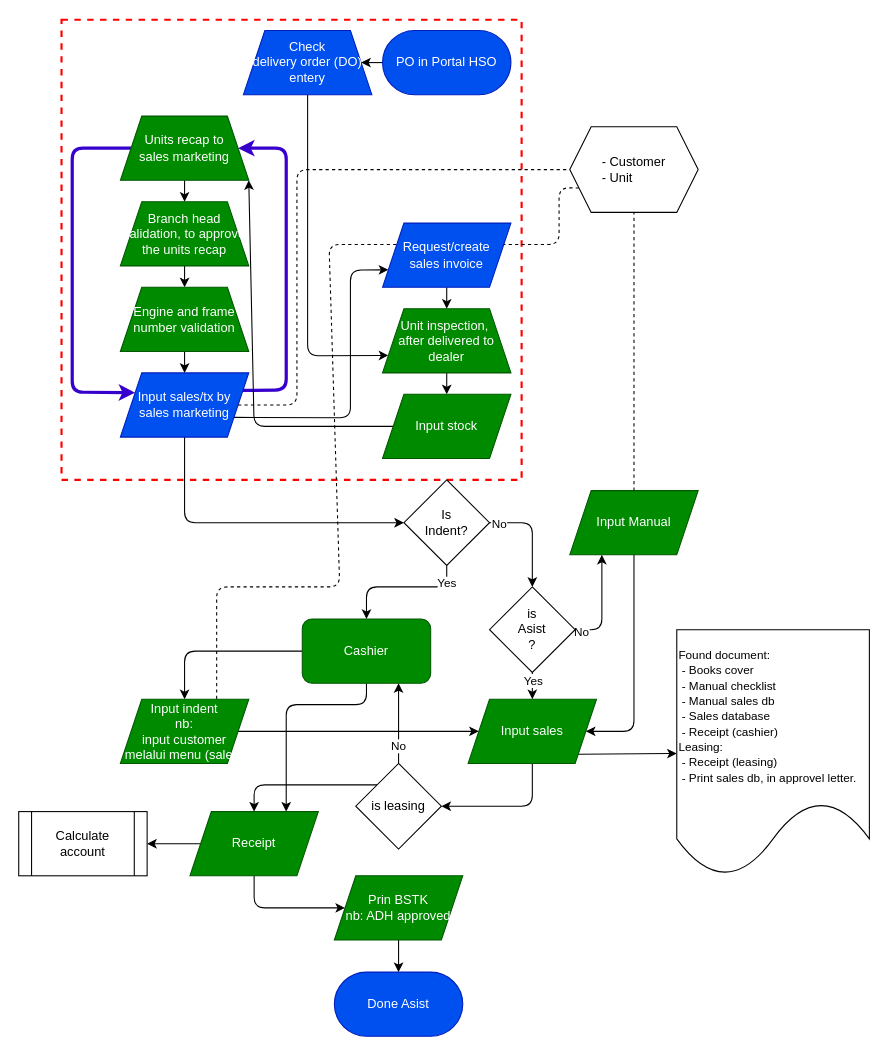
Above: page "BSTK" (1 of 3) of flowDiagram.drawio in hondaprimadev/Honda-Prima (draw.io), before the change. Source tidied: cells renumbered, new cells numbered last; positions are measured from the earlier drawing's top-left corner, leaving out a move shared by most shapes. Both pictures are drawn from the tidied source at 107%, with x=0, y=0 at pixel (18, 19).
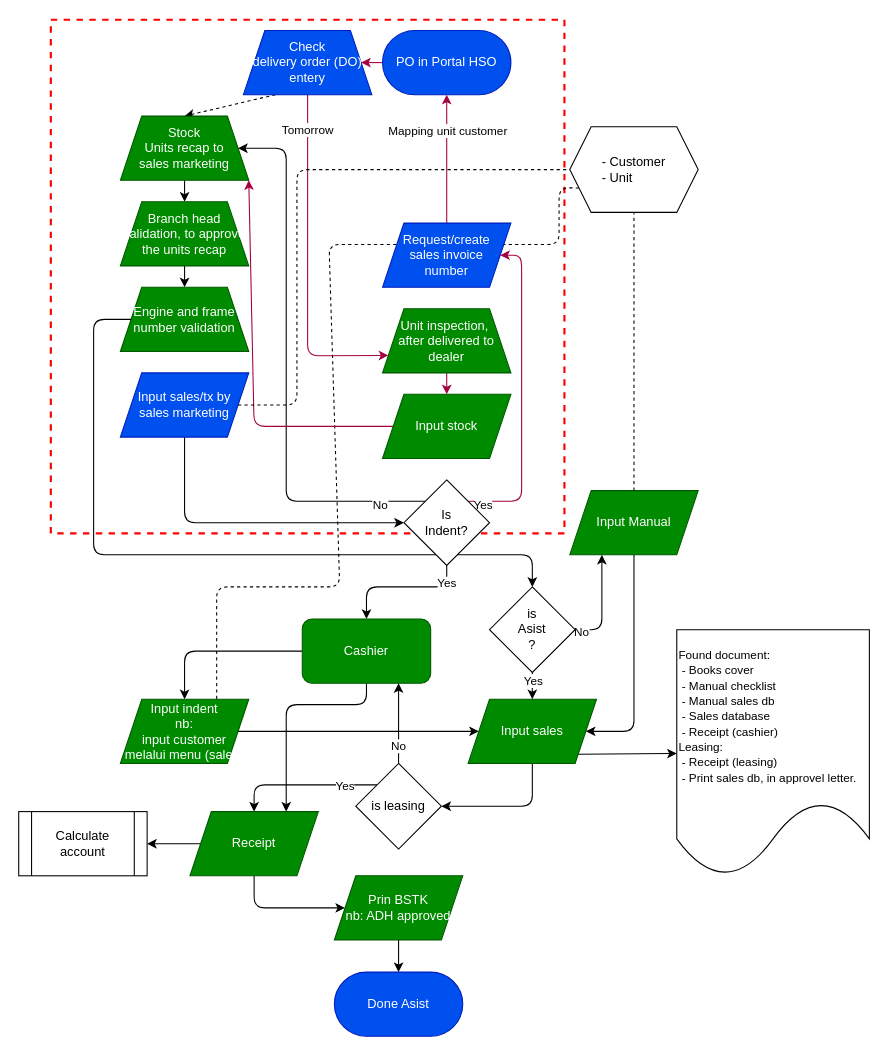
After the change.

The change refers to these unchanged cells:
```xml
<mxCell id="5" value="PO in Portal HSO" style="rounded=1;whiteSpace=wrap;html=1;arcSize=50;fillColor=#0050ef;fontColor=#ffffff;strokeColor=#001DBC;" parent="1" vertex="1">
  <mxGeometry x="340" y="10" width="120" height="60" as="geometry" />
</mxCell>
<mxCell id="7" value="&lt;span&gt;Check&lt;br&gt;delivery order (DO)&lt;br&gt;entery&lt;/span&gt;" style="shape=trapezoid;perimeter=trapezoidPerimeter;whiteSpace=wrap;html=1;fixedSize=1;fillColor=#0050ef;fontColor=#ffffff;strokeColor=#001DBC;" parent="1" vertex="1">
  <mxGeometry x="210" y="10" width="120" height="60" as="geometry" />
</mxCell>
<mxCell id="14" value="Engine and frame number validation" style="shape=trapezoid;perimeter=trapezoidPerimeter;whiteSpace=wrap;html=1;fixedSize=1;fillColor=#008a00;fontColor=#ffffff;strokeColor=#005700;" parent="1" vertex="1">
  <mxGeometry x="95" y="250" width="120" height="60" as="geometry" />
</mxCell>
<mxCell id="18" value="Input sales/tx by sales marketing" style="shape=parallelogram;perimeter=parallelogramPerimeter;whiteSpace=wrap;html=1;fixedSize=1;fillColor=#0050ef;fontColor=#ffffff;strokeColor=#001DBC;" parent="1" vertex="1">
  <mxGeometry x="95" y="330" width="120" height="60" as="geometry" />
</mxCell>
<mxCell id="22" value="Unit inspection,&amp;nbsp;&lt;br&gt;after delivered to dealer" style="shape=trapezoid;perimeter=trapezoidPerimeter;whiteSpace=wrap;html=1;fixedSize=1;fillColor=#008a00;strokeColor=#005700;fontColor=#ffffff;" parent="1" vertex="1">
  <mxGeometry x="340" y="270" width="120" height="60" as="geometry" />
</mxCell>
<mxCell id="24" value="Input stock" style="shape=parallelogram;perimeter=parallelogramPerimeter;whiteSpace=wrap;html=1;fixedSize=1;fillColor=#008a00;strokeColor=#005700;fontColor=#ffffff;" parent="1" vertex="1">
  <mxGeometry x="340" y="350" width="120" height="60" as="geometry" />
</mxCell>
<mxCell id="29" value="Is&lt;br&gt;Indent?" style="rhombus;whiteSpace=wrap;html=1;" parent="1" vertex="1">
  <mxGeometry x="360" y="430" width="80" height="80" as="geometry" />
</mxCell>
<mxCell id="46" value="is&lt;br&gt;Asist&lt;br&gt;?" style="rhombus;whiteSpace=wrap;html=1;" parent="1" vertex="1">
  <mxGeometry x="440" y="530" width="80" height="80" as="geometry" />
</mxCell>
<mxCell id="52" style="edgeStyle=none;html=1;exitX=0;exitY=0;exitDx=0;exitDy=0;entryX=0.5;entryY=0;entryDx=0;entryDy=0;" parent="1" edge="1" source="53" target="58">
  <mxGeometry relative="1" as="geometry">
    <Array as="points">
      <mxPoint x="220" y="715" />
    </Array>
  </mxGeometry>
</mxCell>
```

What changed in the source:
```diff
@@
     <mxCell id="2" style="whiteSpace=wrap;html=1;fillColor=none;dashed=1;strokeColor=#FF0000;strokeWidth=2;" parent="1" vertex="1">
-      <mxGeometry x="40" width="430" height="430" as="geometry" />
+      <mxGeometry x="30" width="480" height="480" as="geometry" />
     </mxCell>
@@
-    <mxCell id="4" style="edgeStyle=none;html=1;" parent="1" edge="1" source="5" target="7">
+    <mxCell id="4" style="edgeStyle=none;html=1;fillColor=#d80073;strokeColor=#A50040;" parent="1" edge="1" source="5" target="7">
       <mxGeometry relative="1" as="geometry" />
     </mxCell>
@@
-    <mxCell id="6" style="edgeStyle=none;html=1;entryX=0;entryY=0.75;entryDx=0;entryDy=0;" parent="1" edge="1" source="7" target="22">
+    <mxCell id="6" style="edgeStyle=none;html=1;entryX=0;entryY=0.75;entryDx=0;entryDy=0;fillColor=#d80073;strokeColor=#A50040;" parent="1" edge="1" source="7" target="22">
       <mxGeometry relative="1" as="geometry">
         <Array as="points">
           <mxPoint x="270" y="314" />
         </Array>
       </mxGeometry>
     </mxCell>
+    <mxCell id="60" value="Tomorrow" style="edgeLabel;html=1;align=center;verticalAlign=middle;" parent="6" vertex="1">
+      <mxGeometry x="-0.8" y="-1" relative="1" as="geometry" />
+    </mxCell>
+    <mxCell id="61" style="edgeStyle=none;html=1;exitX=0.25;exitY=1;exitDx=0;exitDy=0;entryX=0.5;entryY=0;entryDx=0;entryDy=0;strokeWidth=1;dashed=1;" parent="1" edge="1" source="7" target="10">
+      <mxGeometry relative="1" as="geometry" />
+    </mxCell>
@@
-    <mxCell id="9" style="edgeStyle=none;html=1;exitX=0;exitY=0.5;exitDx=0;exitDy=0;entryX=0;entryY=0.25;entryDx=0;entryDy=0;fontSize=11;fillColor=#6a00ff;strokeColor=#3700CC;strokeWidth=3;" parent="1" edge="1" source="10" target="18">
-      <mxGeometry relative="1" as="geometry">
-        <Array as="points">
-          <mxPoint x="50" y="120" />
-          <mxPoint x="50" y="348" />
-        </Array>
-      </mxGeometry>
-    </mxCell>
-    <mxCell id="10" value="Units recap to&lt;br&gt;sales marketing" style="shape=trapezoid;perimeter=trapezoidPerimeter;whiteSpace=wrap;html=1;fixedSize=1;fillColor=#008a00;fontColor=#ffffff;strokeColor=#005700;" parent="1" vertex="1">
+    <mxCell id="10" value="Stock&lt;br&gt;Units recap to&lt;br&gt;sales marketing" style="shape=trapezoid;perimeter=trapezoidPerimeter;whiteSpace=wrap;html=1;fixedSize=1;fillColor=#008a00;fontColor=#ffffff;strokeColor=#005700;" parent="1" vertex="1">
       <mxGeometry x="95" y="90" width="120" height="60" as="geometry" />
     </mxCell>
@@
-    <mxCell id="13" style="edgeStyle=none;html=1;" parent="1" edge="1" source="14" target="18">
-      <mxGeometry relative="1" as="geometry" />
-    </mxCell>
@@
-    <mxCell id="15" style="edgeStyle=none;html=1;exitX=1;exitY=0.25;exitDx=0;exitDy=0;entryX=1;entryY=0.5;entryDx=0;entryDy=0;fontSize=11;fillColor=#6a00ff;strokeColor=#3700CC;strokeWidth=3;" parent="1" edge="1" source="18" target="10">
+    <mxCell id="15" style="edgeStyle=none;html=1;exitX=0;exitY=0;exitDx=0;exitDy=0;entryX=1;entryY=0.5;entryDx=0;entryDy=0;fontSize=11;strokeWidth=1;" parent="1" edge="1" source="29" target="10">
       <mxGeometry relative="1" as="geometry">
         <Array as="points">
-          <mxPoint x="250" y="346" />
+          <mxPoint x="250" y="450" />
           <mxPoint x="250" y="120" />
         </Array>
       </mxGeometry>
     </mxCell>
+    <mxCell id="26" value="No" style="edgeLabel;html=1;align=center;verticalAlign=middle;" parent="15" vertex="1">
+      <mxGeometry x="-0.83" y="3" relative="1" as="geometry" />
+    </mxCell>
@@
-    <mxCell id="17" style="edgeStyle=none;html=1;exitX=1;exitY=0.75;exitDx=0;exitDy=0;entryX=0;entryY=0.75;entryDx=0;entryDy=0;" parent="1" edge="1" source="18" target="20">
-      <mxGeometry relative="1" as="geometry">
-        <Array as="points">
-          <mxPoint x="310" y="372" />
-          <mxPoint x="310" y="234" />
-        </Array>
-      </mxGeometry>
-    </mxCell>
@@
-    <mxCell id="19" style="edgeStyle=none;html=1;" parent="1" edge="1" source="20" target="22">
-      <mxGeometry relative="1" as="geometry" />
-    </mxCell>
+    <mxCell id="62" style="edgeStyle=none;html=1;exitX=0.5;exitY=0;exitDx=0;exitDy=0;entryX=0.5;entryY=1;entryDx=0;entryDy=0;strokeWidth=1;fillColor=#d80073;strokeColor=#A50040;" parent="1" edge="1" source="20" target="5">
+      <mxGeometry relative="1" as="geometry" />
+    </mxCell>
+    <mxCell id="63" value="Mapping unit customer" style="edgeLabel;html=1;align=center;verticalAlign=middle;" parent="62" vertex="1">
+      <mxGeometry x="0.45" relative="1" as="geometry" />
+    </mxCell>
-    <mxCell id="20" value="Request/create&lt;br&gt;sales invoice" style="shape=parallelogram;perimeter=parallelogramPerimeter;whiteSpace=wrap;html=1;fixedSize=1;fillColor=#0050ef;fontColor=#ffffff;strokeColor=#001DBC;" parent="1" vertex="1">
+    <mxCell id="20" value="Request/create&lt;br&gt;sales invoice&lt;br&gt;number" style="shape=parallelogram;perimeter=parallelogramPerimeter;whiteSpace=wrap;html=1;fixedSize=1;fillColor=#0050ef;fontColor=#ffffff;strokeColor=#001DBC;" parent="1" vertex="1">
       <mxGeometry x="340" y="190" width="120" height="60" as="geometry" />
     </mxCell>
-    <mxCell id="21" style="edgeStyle=none;html=1;" parent="1" edge="1" source="22" target="24">
+    <mxCell id="21" style="edgeStyle=none;html=1;fillColor=#d80073;strokeColor=#A50040;" parent="1" edge="1" source="22" target="24">
       <mxGeometry relative="1" as="geometry" />
     </mxCell>
@@
-    <mxCell id="23" style="edgeStyle=none;html=1;exitX=0;exitY=0.5;exitDx=0;exitDy=0;entryX=1;entryY=1;entryDx=0;entryDy=0;" parent="1" edge="1" source="24" target="10">
+    <mxCell id="23" style="edgeStyle=none;html=1;exitX=0;exitY=0.5;exitDx=0;exitDy=0;entryX=1;entryY=1;entryDx=0;entryDy=0;strokeWidth=1;fillColor=#d80073;strokeColor=#A50040;" parent="1" edge="1" source="24" target="10">
       <mxGeometry relative="1" as="geometry">
         <Array as="points">
           <mxPoint x="220" y="380" />
         </Array>
       </mxGeometry>
     </mxCell>
@@
-    <mxCell id="25" style="edgeStyle=none;html=1;exitX=1;exitY=0.5;exitDx=0;exitDy=0;fontStyle=1;entryX=0.5;entryY=0;entryDx=0;entryDy=0;" parent="1" edge="1" source="29" target="46">
+    <mxCell id="25" style="edgeStyle=none;html=1;exitX=0;exitY=0.5;exitDx=0;exitDy=0;fontStyle=1;entryX=0.5;entryY=0;entryDx=0;entryDy=0;" parent="1" edge="1" source="14" target="46">
       <mxGeometry relative="1" as="geometry">
         <Array as="points">
-          <mxPoint x="480" y="470" />
+          <mxPoint x="70" y="280" />
+          <mxPoint x="70" y="500" />
+          <mxPoint x="480" y="500" />
         </Array>
       </mxGeometry>
     </mxCell>
-    <mxCell id="26" value="No" style="edgeLabel;html=1;align=center;verticalAlign=middle;" parent="25" vertex="1">
-      <mxGeometry x="-0.85" relative="1" as="geometry" />
-    </mxCell>
@@
+    <mxCell id="64" style="edgeStyle=none;html=1;exitX=1;exitY=0;exitDx=0;exitDy=0;entryX=1;entryY=0.5;entryDx=0;entryDy=0;strokeWidth=1;fillColor=#d80073;strokeColor=#A50040;" parent="1" edge="1" source="29" target="20">
+      <mxGeometry relative="1" as="geometry">
+        <Array as="points">
+          <mxPoint x="470" y="450" />
+          <mxPoint x="470" y="220" />
+        </Array>
+      </mxGeometry>
+    </mxCell>
+    <mxCell id="65" value="Yes" style="edgeLabel;html=1;align=center;verticalAlign=middle;" parent="64" vertex="1">
+      <mxGeometry x="-0.91" y="-3" relative="1" as="geometry" />
+    </mxCell>
@@
+    <mxCell id="66" value="Yes" style="edgeLabel;html=1;align=center;verticalAlign=middle;" parent="52" vertex="1">
+      <mxGeometry x="-0.57" relative="1" as="geometry">
+        <mxPoint x="-1" as="offset" />
+      </mxGeometry>
+    </mxCell>
```
